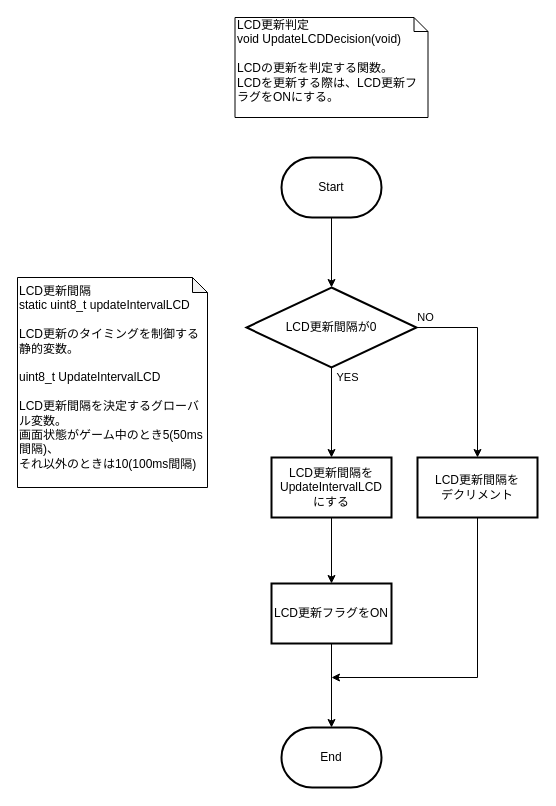
Above: page "LCD更新判定" (4 of 7) of 資料/設計書/フローチャート/モグラ叩き_フローチャート_ゲーム中.drawio in hakohumi/comp.train.whack-a-mole (draw.io), before the change. Source tidied: cells renumbered, new cells numbered last; positions are measured from the earlier drawing's top-left corner, leaving out a move shared by most shapes. Both pictures are drawn from the tidied source at 100%, with x=0, y=0 at pixel (17, 17).
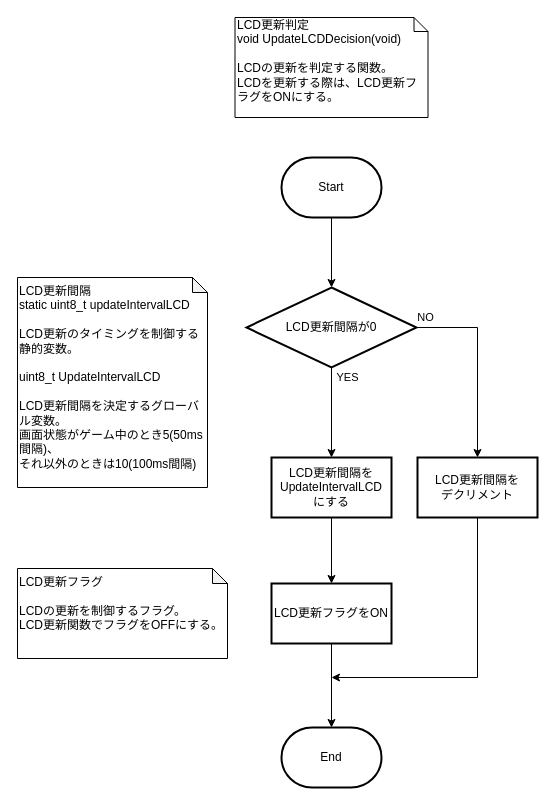
The same diagram, later.

Diff of the diagram source:
```diff
@@
 <mxGraphModel>
   <root>
     <mxCell id="0" />
     <mxCell id="1" parent="0" />
     <mxCell id="2" style="edgeStyle=orthogonalEdgeStyle;rounded=0;jettySize=auto;html=1;entryX=0.5;entryY=0;entryDx=0;entryDy=0;" parent="1" edge="1" source="3" target="6">
       <mxGeometry relative="1" as="geometry" />
     </mxCell>
     <mxCell id="3" value="Start" style="strokeWidth=2;html=1;shape=mxgraph.flowchart.terminator;whiteSpace=wrap;" parent="1" vertex="1">
       <mxGeometry x="264" y="140" width="100" height="60" as="geometry" />
     </mxCell>
     <mxCell id="4" value="YES" style="edgeStyle=orthogonalEdgeStyle;rounded=0;jettySize=auto;html=1;" parent="1" edge="1" source="6" target="8">
       <mxGeometry x="-0.78" y="16" relative="1" as="geometry" />
     </mxCell>
     <mxCell id="5" value="NO" style="edgeStyle=orthogonalEdgeStyle;rounded=0;jettySize=auto;html=1;" parent="1" edge="1" source="6" target="12">
       <mxGeometry x="-0.91" y="10" relative="1" as="geometry" />
     </mxCell>
     <mxCell id="6" value="LCD更新間隔が0" style="rhombus;whiteSpace=wrap;html=1;strokeWidth=2;" parent="1" vertex="1">
       <mxGeometry x="229" y="270" width="170" height="80" as="geometry" />
     </mxCell>
     <mxCell id="7" style="edgeStyle=orthogonalEdgeStyle;rounded=0;jettySize=auto;html=1;" parent="1" edge="1" source="8" target="10">
       <mxGeometry relative="1" as="geometry" />
     </mxCell>
     <mxCell id="8" value="LCD更新間隔を&lt;br&gt;UpdateIntervalLCD&lt;br&gt;にする" style="whiteSpace=wrap;html=1;strokeWidth=2;" parent="1" vertex="1">
       <mxGeometry x="254" y="440" width="120" height="60" as="geometry" />
     </mxCell>
     <mxCell id="9" style="edgeStyle=orthogonalEdgeStyle;rounded=0;jettySize=auto;html=1;" parent="1" edge="1" source="10" target="13">
       <mxGeometry relative="1" as="geometry" />
     </mxCell>
     <mxCell id="10" value="LCD更新フラグをON" style="whiteSpace=wrap;html=1;strokeWidth=2;" parent="1" vertex="1">
       <mxGeometry x="254" y="566" width="120" height="60" as="geometry" />
     </mxCell>
     <mxCell id="11" style="edgeStyle=orthogonalEdgeStyle;rounded=0;jettySize=auto;html=1;exitX=0.5;exitY=1;exitDx=0;exitDy=0;" parent="1" edge="1" source="12">
       <mxGeometry relative="1" as="geometry">
         <mxPoint x="314" y="660" as="targetPoint" />
         <Array as="points">
           <mxPoint x="460" y="660" />
         </Array>
       </mxGeometry>
     </mxCell>
     <mxCell id="12" value="LCD更新間隔を&lt;br&gt;デクリメント" style="whiteSpace=wrap;html=1;strokeWidth=2;" parent="1" vertex="1">
       <mxGeometry x="400" y="440" width="120" height="60" as="geometry" />
     </mxCell>
     <mxCell id="13" value="End" style="strokeWidth=2;html=1;shape=mxgraph.flowchart.terminator;whiteSpace=wrap;" parent="1" vertex="1">
       <mxGeometry x="264" y="710" width="100" height="60" as="geometry" />
     </mxCell>
     <mxCell id="14" value="LCD更新間隔&lt;br&gt;static uint8_t updateIntervalLCD&lt;br&gt;&lt;br&gt;LCD更新のタイミングを制御する静的変数。&lt;br&gt;&lt;br&gt;uint8_t UpdateIntervalLCD&lt;br&gt;&lt;br&gt;LCD更新間隔を決定するグローバル変数。&lt;br&gt;画面状態がゲーム中のとき5(50ms間隔)、&lt;br&gt;それ以外のときは10(100ms間隔)" style="shape=note;whiteSpace=wrap;html=1;backgroundOutline=1;darkOpacity=0.05;align=left;size=15;verticalAlign=top;" parent="1" vertex="1">
       <mxGeometry y="260" width="190" height="210" as="geometry" />
     </mxCell>
     <mxCell id="15" value="LCD更新判定&lt;br&gt;void UpdateLCDDecision(void)&lt;br&gt;&lt;br&gt;LCDの更新を判定する関数。&lt;br&gt;LCDを更新する際は、LCD更新フラグをONにする。" style="shape=note;whiteSpace=wrap;html=1;size=14;verticalAlign=top;align=left;spacingTop=-6;" parent="1" vertex="1">
       <mxGeometry x="217.5" width="193" height="100" as="geometry" />
     </mxCell>
+    <mxCell id="16" value="LCD更新フラグ&lt;br&gt;&lt;br&gt;LCDの更新を制御するフラグ。&lt;br&gt;LCD更新関数でフラグをOFFにする。" style="shape=note;whiteSpace=wrap;html=1;backgroundOutline=1;darkOpacity=0.05;align=left;size=15;verticalAlign=top;" parent="1" vertex="1">
+      <mxGeometry y="551" width="210" height="90" as="geometry" />
+    </mxCell>
   </root>
 </mxGraphModel>
```
